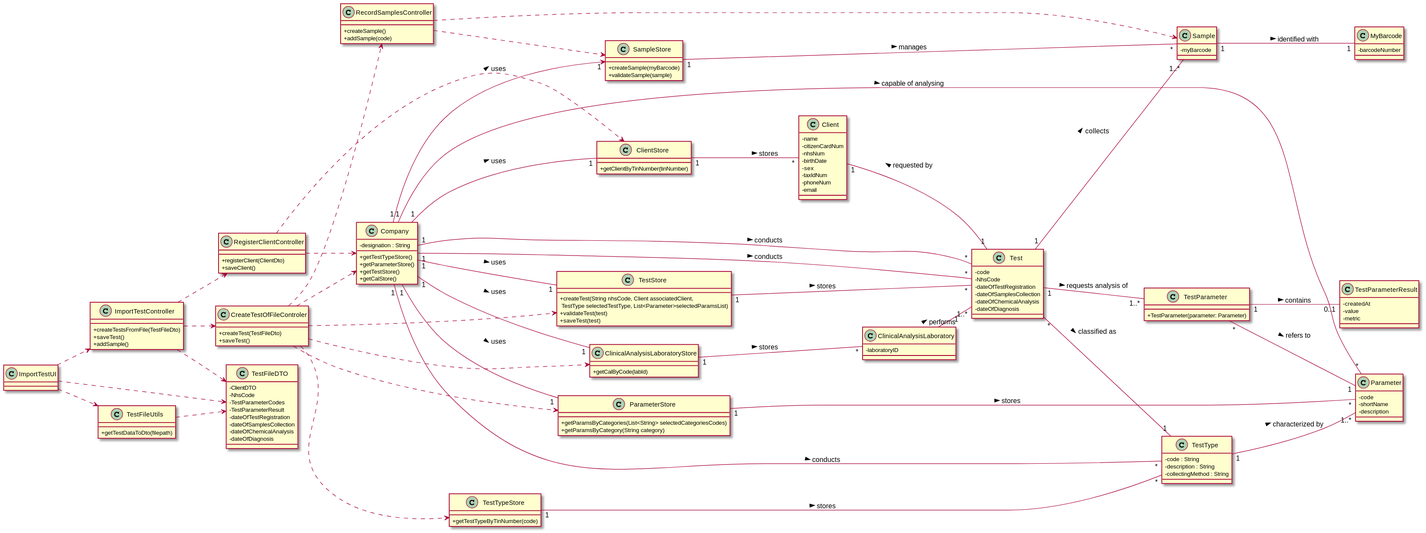
This is docs/SprintD/US_17/US17_CD.svg from ana-albergaria/LAPR2-ISEP, a PlantUML export, as it was before one commit.
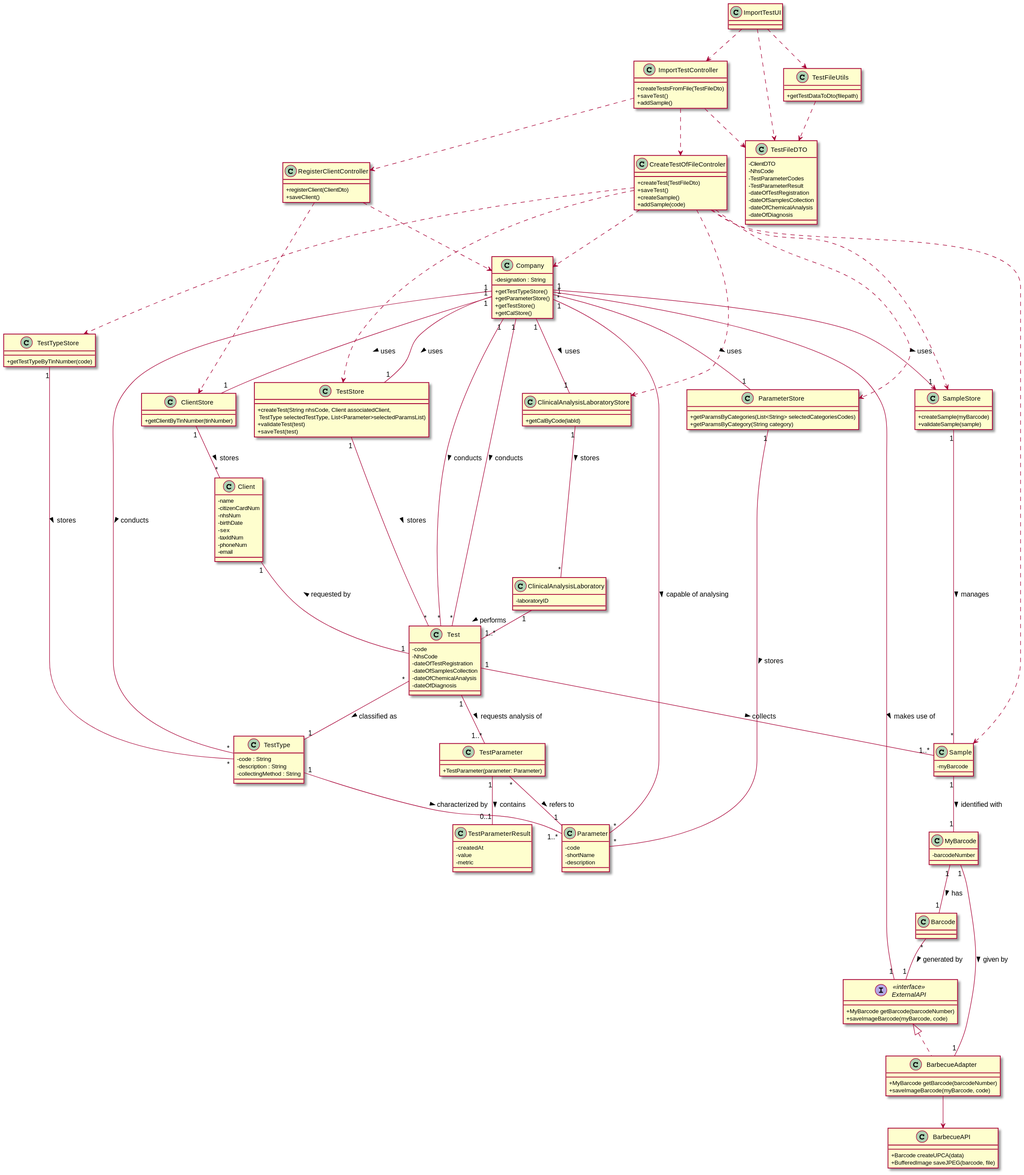
The same file after the commit.

Change to the diagram source:
```diff
@@ -1,6 +1,5 @@
 @startuml
 skinparam classAttributeIconSize 0
-left to right direction
 
 
 
@@ -110,6 +109,8 @@
     class CreateTestOfFileControler{
     +createTest(TestFileDto)
     +saveTest()
+    +createSample()
+    +addSample(code)
     }
 
     class ImportTestController{
@@ -123,15 +124,24 @@
       +saveClient()
     }
 
-    class RecordSamplesController {
-    +createSample()
-    +addSample(code)
-    }
-
 
     class TestFileUtils {
         +getTestDataToDto(filepath)
 
+    }
+
+    interface ExternalAPI <<interface>> {
+    +MyBarcode getBarcode(barcodeNumber)
+    +saveImageBarcode(myBarcode, code)
+    }
+    class BarbecueAdapter {
+    +MyBarcode getBarcode(barcodeNumber)
+    +saveImageBarcode(myBarcode, code)
+    }
+
+    class BarbecueAPI{
+    +Barcode createUPCA(data)
+    +BufferedImage saveJPEG(barcode, file)
     }
 
 
@@ -148,7 +158,7 @@
 CreateTestOfFileControler ..> ParameterStore
 CreateTestOfFileControler ..> TestTypeStore
 CreateTestOfFileControler ..> TestStore
-CreateTestOfFileControler ..> RecordSamplesController
+
 Company "1" -- "1" ParameterStore : uses >
 ParameterStore "1" -- "*" Parameter : stores >
 RegisterClientController ..> Company
@@ -172,9 +182,15 @@
 TestParameter "*" -- "1" Parameter : refers to >
 TestParameter "1" -- "0..1" TestParameterResult : contains >
 Test"1" -- "1..*" Sample : collects >
-RecordSamplesController ..> Sample
-RecordSamplesController ..> SampleStore
+CreateTestOfFileControler ..> Sample
+CreateTestOfFileControler ..> SampleStore
 Company "1" --> "1" SampleStore : uses >
 SampleStore "1" - "*" Sample : manages >
 Sample "1" -- "1" MyBarcode : identified with >
+MyBarcode "1" -- "1" Barcode : has >
+MyBarcode "1" -- "1" BarbecueAdapter : given by >
+Barcode "*" -- "1" ExternalAPI : generated by >
+class BarbecueAdapter implements ExternalAPI
+Company "*" -- "1" ExternalAPI : makes use of >
+BarbecueAdapter --> BarbecueAPI
 @enduml
```
